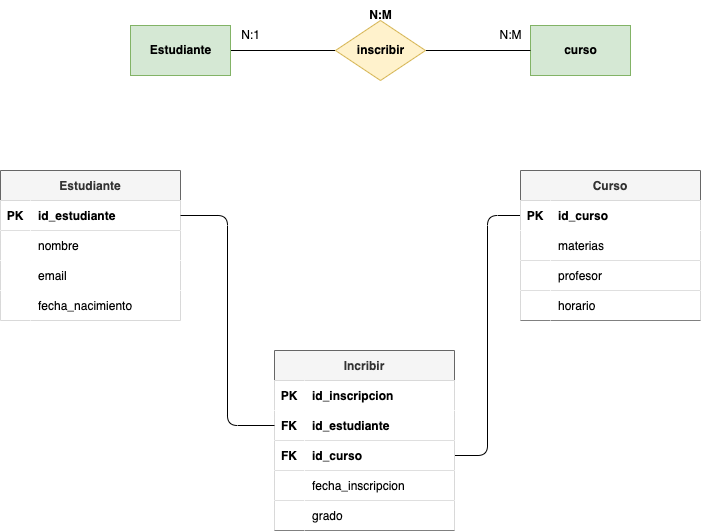
The draw.io diagram tareas/tarea-3/images/ejercicio12.drawio.png in deylansystem/actividadesBAE, before a commit. Source tidied: cells renumbered, new cells last; positions are measured from the earlier drawing's top-left corner, leaving out a move shared by most shapes.
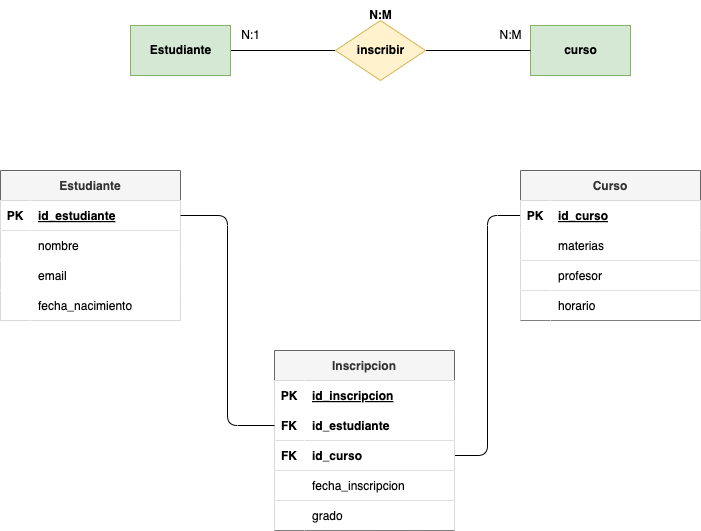
Above is the later version.

The edit, as a diff of the source:
```diff
@@ -35,7 +35,7 @@
     <mxCell id="12" value="PK" style="shape=partialRectangle;fillColor=#FFFFFF;top=0;left=0;bottom=0;right=0;fontStyle=1;overflow=hidden;fontColor=#000000;" parent="11" vertex="1">
       <mxGeometry width="30" height="30" as="geometry" />
     </mxCell>
-    <mxCell id="13" value="id_estudiante" style="shape=partialRectangle;fillColor=#FFFFFF;top=0;left=0;bottom=0;right=0;align=left;spacingLeft=6;fontStyle=1;overflow=hidden;fontColor=#000000;" parent="11" vertex="1">
+    <mxCell id="13" value="id_estudiante" style="shape=partialRectangle;fillColor=#FFFFFF;top=0;left=0;bottom=0;right=0;align=left;spacingLeft=6;fontStyle=5;overflow=hidden;fontColor=#000000;" parent="11" vertex="1">
       <mxGeometry x="30" width="150" height="30" as="geometry" />
     </mxCell>
     <mxCell id="14" style="shape=tableRow;horizontal=0;startSize=0;swimlaneHead=0;swimlaneBody=0;fillColor=#FFFFFF;top=0;left=0;right=0;bottom=0;fontColor=#000000;" parent="10" vertex="1">
@@ -68,7 +68,7 @@
     <mxCell id="23" style="edgeStyle=orthogonalEdgeStyle;html=1;exitX=1;exitY=0.5;exitDx=0;exitDy=0;entryX=0;entryY=0.5;entryDx=0;entryDy=0;endArrow=none;endFill=0;" parent="1" edge="1" source="31" target="42">
       <mxGeometry relative="1" as="geometry" />
     </mxCell>
-    <mxCell id="24" value="Incribir" style="shape=table;startSize=30;rowLines=0;fontStyle=1;align=center;fillColor=#f5f5f5;strokeColor=#666666;fontColor=#333333;" parent="1" vertex="1">
+    <mxCell id="24" value="Inscripcion" style="shape=table;startSize=30;rowLines=0;fontStyle=1;align=center;fillColor=#f5f5f5;strokeColor=#666666;fontColor=#333333;" parent="1" vertex="1">
       <mxGeometry x="274" y="350" width="180" height="180" as="geometry" />
     </mxCell>
     <mxCell id="25" style="shape=tableRow;horizontal=0;startSize=0;swimlaneHead=0;swimlaneBody=0;fillColor=#FFFFFF;top=0;left=0;right=0;bottom=0;fontColor=#000000;" parent="24" vertex="1">
@@ -77,7 +77,7 @@
     <mxCell id="26" value="PK" style="shape=partialRectangle;fillColor=#FFFFFF;top=0;left=0;bottom=0;right=0;overflow=hidden;fontColor=#000000;fontStyle=1;" parent="25" vertex="1">
       <mxGeometry width="30" height="30" as="geometry" />
     </mxCell>
-    <mxCell id="27" value="id_inscripcion" style="shape=partialRectangle;fillColor=#FFFFFF;top=0;left=0;bottom=0;right=0;align=left;spacingLeft=6;overflow=hidden;fontColor=#000000;fontStyle=1;" parent="25" vertex="1">
+    <mxCell id="27" value="id_inscripcion" style="shape=partialRectangle;fillColor=#FFFFFF;top=0;left=0;bottom=0;right=0;align=left;spacingLeft=6;overflow=hidden;fontColor=#000000;fontStyle=5;" parent="25" vertex="1">
       <mxGeometry x="30" width="150" height="30" as="geometry" />
     </mxCell>
     <mxCell id="28" style="shape=tableRow;horizontal=0;startSize=0;swimlaneHead=0;swimlaneBody=0;fillColor=#FFFFFF;points=[[0,0.5],[1,0.5]];portConstraint=eastwest;top=0;left=0;right=0;bottom=1;fontColor=#000000;" parent="24" vertex="1">
@@ -128,7 +128,7 @@
     <mxCell id="43" value="PK" style="shape=partialRectangle;fillColor=#FFFFFF;top=0;left=0;bottom=0;right=0;overflow=hidden;fontColor=#000000;fontStyle=1;" parent="42" vertex="1">
       <mxGeometry width="30" height="30" as="geometry" />
     </mxCell>
-    <mxCell id="44" value="id_curso" style="shape=partialRectangle;fillColor=#FFFFFF;top=0;left=0;bottom=0;right=0;align=left;spacingLeft=6;overflow=hidden;fontColor=#000000;fontStyle=1;" parent="42" vertex="1">
+    <mxCell id="44" value="id_curso" style="shape=partialRectangle;fillColor=#FFFFFF;top=0;left=0;bottom=0;right=0;align=left;spacingLeft=6;overflow=hidden;fontColor=#000000;fontStyle=5;" parent="42" vertex="1">
       <mxGeometry x="30" width="150" height="30" as="geometry" />
     </mxCell>
     <mxCell id="45" style="shape=tableRow;horizontal=0;startSize=0;swimlaneHead=0;swimlaneBody=0;fillColor=#FFFFFF;top=0;left=0;right=0;bottom=1;fontColor=#000000;" parent="41" vertex="1">
```
